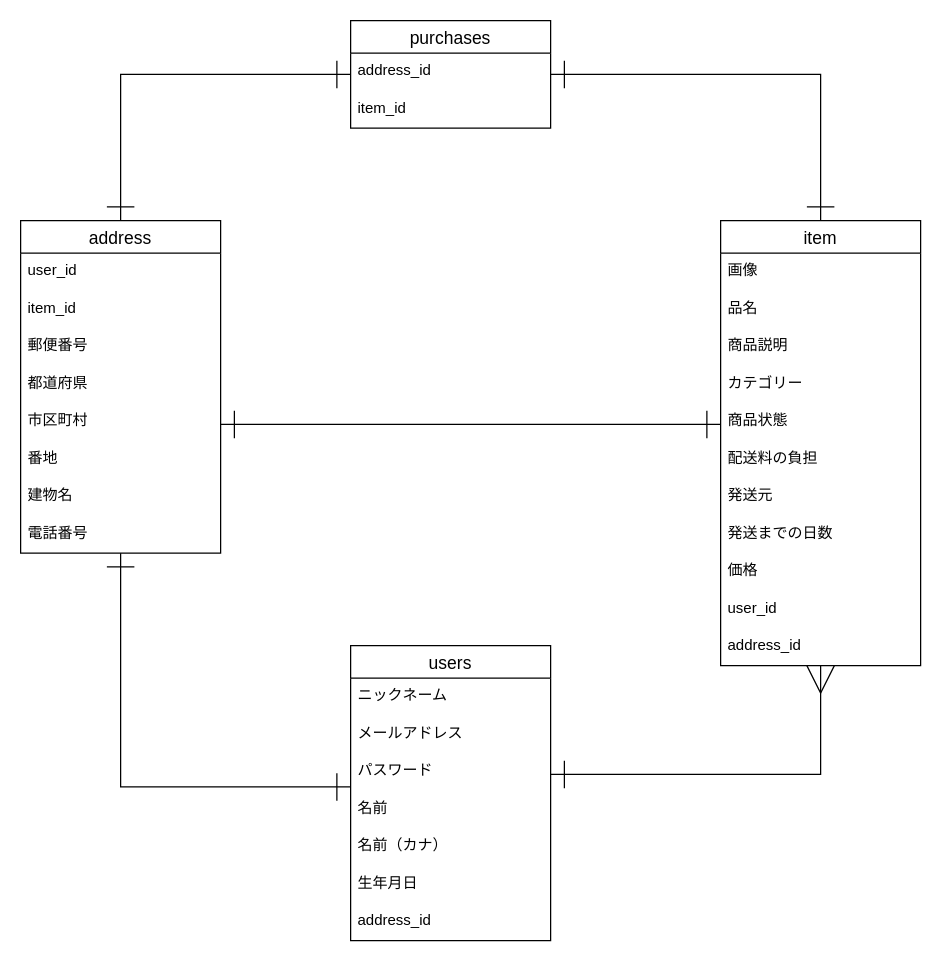
This is ER.dio from kawamatatakuya/furima-34881, a draw.io file, before an edit. Source tidied: cells renumbered, new cells numbered last; positions are measured from the earlier drawing's top-left corner, leaving out a move shared by most shapes. Both pictures are drawn from the tidied source at 125%, with x=0, y=0 at pixel (20, 20).
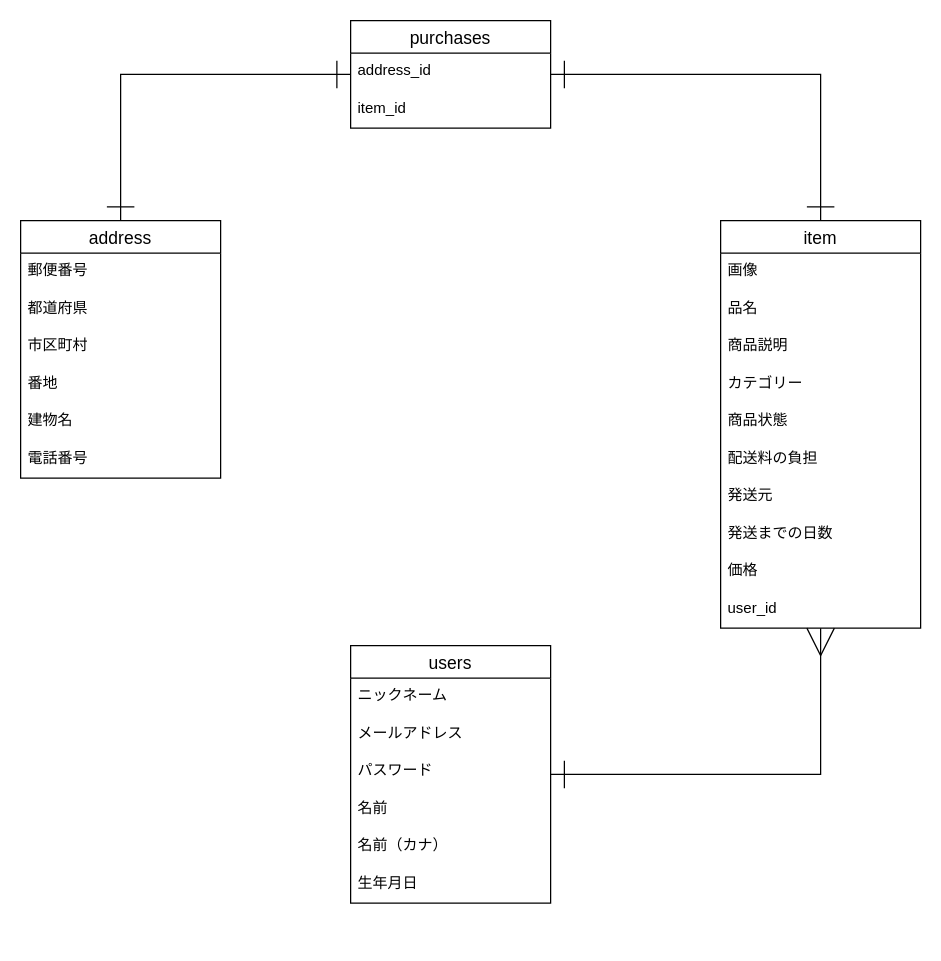
After the change.

Commit message (it also covers changes not shown here):
データベース設計修正

Change to the diagram source:
```diff
@@
-    <mxCell id="4" style="edgeStyle=orthogonalEdgeStyle;rounded=0;jettySize=auto;html=1;startArrow=ERone;startFill=0;startSize=20;endArrow=ERone;endFill=0;endSize=20;strokeWidth=1;" parent="1" edge="1" source="5" target="30">
-      <mxGeometry relative="1" as="geometry">
-        <Array as="points">
-          <mxPoint x="380" y="323" />
-          <mxPoint x="380" y="323" />
-        </Array>
-      </mxGeometry>
-    </mxCell>
     <mxCell id="5" value="item" style="swimlane;fontStyle=0;horizontal=1;startSize=26;align=center;fontSize=14;" parent="1" vertex="1">
-      <mxGeometry x="560" y="160" width="160" height="356" as="geometry" />
+      <mxGeometry x="560" y="160" width="160" height="326" as="geometry" />
     </mxCell>
@@
-    <mxCell id="16" value="address_id" style="text;strokeColor=none;fillColor=none;spacingLeft=4;spacingRight=4;overflow=hidden;fontSize=12;" parent="5" vertex="1">
-      <mxGeometry y="326" width="160" height="30" as="geometry" />
-    </mxCell>
-    <mxCell id="17" style="edgeStyle=orthogonalEdgeStyle;rounded=0;jettySize=auto;html=1;startArrow=ERone;startFill=0;startSize=20;endArrow=ERone;endFill=0;endSize=20;strokeWidth=1;" parent="1" edge="1" source="18" target="30">
-      <mxGeometry relative="1" as="geometry">
-        <Array as="points">
-          <mxPoint x="80" y="613" />
-        </Array>
-      </mxGeometry>
-    </mxCell>
     <mxCell id="18" value="users" style="swimlane;fontStyle=0;horizontal=1;startSize=26;align=center;fontSize=14;" parent="1" vertex="1">
-      <mxGeometry x="264" y="500" width="160" height="236" as="geometry" />
+      <mxGeometry x="264" y="500" width="160" height="206" as="geometry" />
     </mxCell>
@@
-    <mxCell id="25" value="address_id" style="text;strokeColor=none;fillColor=none;spacingLeft=4;spacingRight=4;overflow=hidden;fontSize=12;" parent="18" vertex="1">
-      <mxGeometry y="206" width="160" height="30" as="geometry" />
-    </mxCell>
@@
     <mxCell id="30" value="address" style="swimlane;fontStyle=0;horizontal=1;startSize=26;align=center;fontSize=14;" parent="1" vertex="1">
-      <mxGeometry y="160" width="160" height="266" as="geometry" />
+      <mxGeometry y="160" width="160" height="206" as="geometry" />
     </mxCell>
-    <mxCell id="31" value="user_id" style="text;strokeColor=none;fillColor=none;spacingLeft=4;spacingRight=4;overflow=hidden;fontSize=12;" parent="30" vertex="1">
-      <mxGeometry y="26" width="160" height="30" as="geometry" />
-    </mxCell>
-    <mxCell id="32" value="item_id" style="text;strokeColor=none;fillColor=none;spacingLeft=4;spacingRight=4;overflow=hidden;fontSize=12;" parent="30" vertex="1">
-      <mxGeometry y="56" width="160" height="30" as="geometry" />
-    </mxCell>
     <mxCell id="33" value="郵便番号" style="text;strokeColor=none;fillColor=none;spacingLeft=4;spacingRight=4;overflow=hidden;fontSize=12;" parent="30" vertex="1">
-      <mxGeometry y="86" width="160" height="30" as="geometry" />
+      <mxGeometry y="26" width="160" height="30" as="geometry" />
     </mxCell>
     <mxCell id="34" value="都道府県" style="text;strokeColor=none;fillColor=none;spacingLeft=4;spacingRight=4;overflow=hidden;fontSize=12;" parent="30" vertex="1">
-      <mxGeometry y="116" width="160" height="30" as="geometry" />
+      <mxGeometry y="56" width="160" height="30" as="geometry" />
     </mxCell>
     <mxCell id="35" value="市区町村" style="text;strokeColor=none;fillColor=none;spacingLeft=4;spacingRight=4;overflow=hidden;fontSize=12;" parent="30" vertex="1">
-      <mxGeometry y="146" width="160" height="30" as="geometry" />
+      <mxGeometry y="86" width="160" height="30" as="geometry" />
     </mxCell>
     <mxCell id="36" value="番地" style="text;strokeColor=none;fillColor=none;spacingLeft=4;spacingRight=4;overflow=hidden;fontSize=12;" parent="30" vertex="1">
-      <mxGeometry y="176" width="160" height="30" as="geometry" />
+      <mxGeometry y="116" width="160" height="30" as="geometry" />
     </mxCell>
     <mxCell id="37" value="建物名" style="text;strokeColor=none;fillColor=none;spacingLeft=4;spacingRight=4;overflow=hidden;fontSize=12;" parent="30" vertex="1">
-      <mxGeometry y="206" width="160" height="30" as="geometry" />
+      <mxGeometry y="146" width="160" height="30" as="geometry" />
     </mxCell>
     <mxCell id="38" value="電話番号" style="text;strokeColor=none;fillColor=none;spacingLeft=4;spacingRight=4;overflow=hidden;fontSize=12;" parent="30" vertex="1">
-      <mxGeometry y="236" width="160" height="30" as="geometry" />
+      <mxGeometry y="176" width="160" height="30" as="geometry" />
     </mxCell>
```
